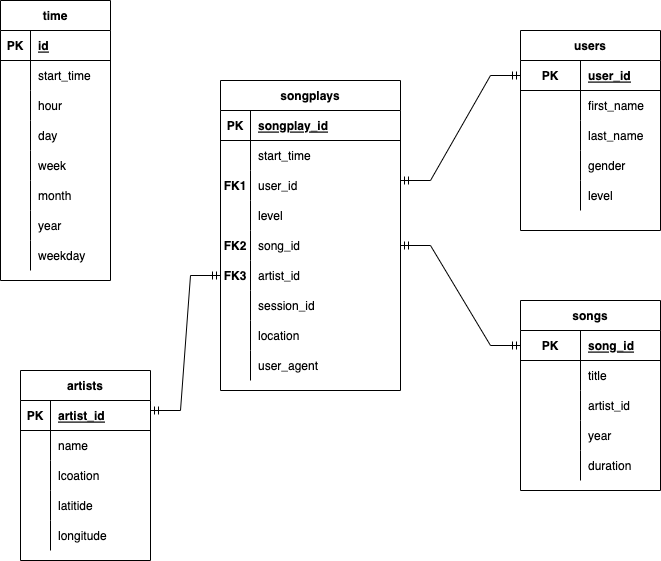
This is udacity_schema.drawio.png from rusty172/mywork, a draw.io export, as it was before one commit. Source tidied: cells renumbered, new cells last; positions are measured from the earlier drawing's top-left corner, leaving out a move shared by most shapes.
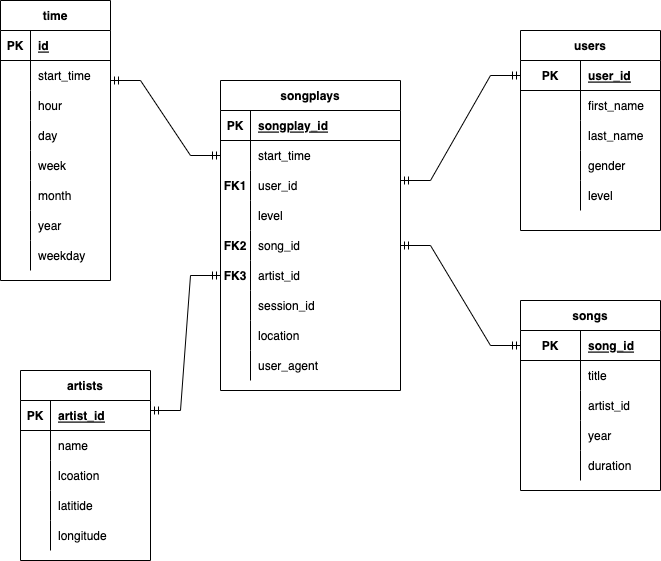
The same file after the commit.

What changed in the source:
```diff
@@ -319,5 +319,10 @@
     <mxCell id="105" value="weekday" style="shape=partialRectangle;fillColor=none;top=0;left=0;bottom=0;right=0;align=left;spacingLeft=6;overflow=hidden;" parent="103" vertex="1">
       <mxGeometry x="30" width="80" height="30" as="geometry" />
     </mxCell>
+    <mxCell id="106" style="edgeStyle=entityRelationEdgeStyle;fontSize=12;html=1;endArrow=ERmandOne;startArrow=ERmandOne;rounded=0;entryX=0;entryY=0.5;entryDx=0;entryDy=0;" parent="1" edge="1" target="6">
+      <mxGeometry relative="1" as="geometry">
+        <mxPoint x="110" y="80" as="sourcePoint" />
+      </mxGeometry>
+    </mxCell>
   </root>
 </mxGraphModel>
```
